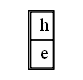
Earlier version of the Graphviz export build/classes/Imagenes/Cola5.png (oscarc99/EDD_DIC_2019_PY2_201709140-). Its source is kept beside it as build/classes/Imagenes/Cola5.dot.
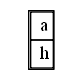
After the commit.

The edit, as a diff of the source:
```diff
@@ -1,8 +1,8 @@
 digraph G {
   node [shape = name];
   2[label=  <<table border= "1 " cellspacing= " 0 "><tr>
+<td> a</td> </tr>
+<tr>
 <td> h</td> </tr>
-<tr>
-<td> e</td> </tr>
 </table>>  shape = none ];
  }
```
